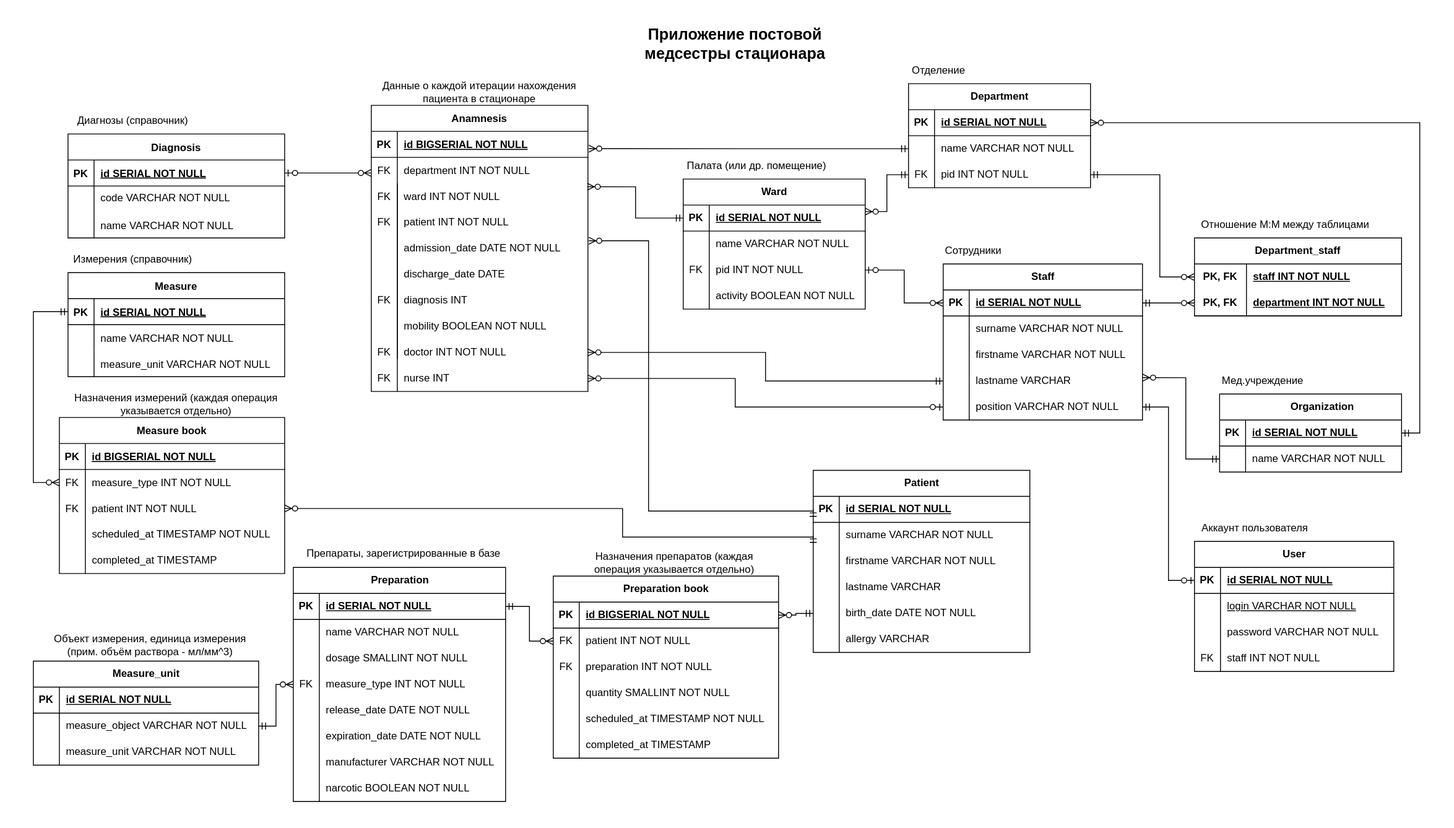
Before: scheme_db.drawio.svg, a diagram exported from draw.io (tewln/croc). Source tidied: cells renumbered, new cells last; positions are measured from the earlier drawing's top-left corner, leaving out a move shared by most shapes.
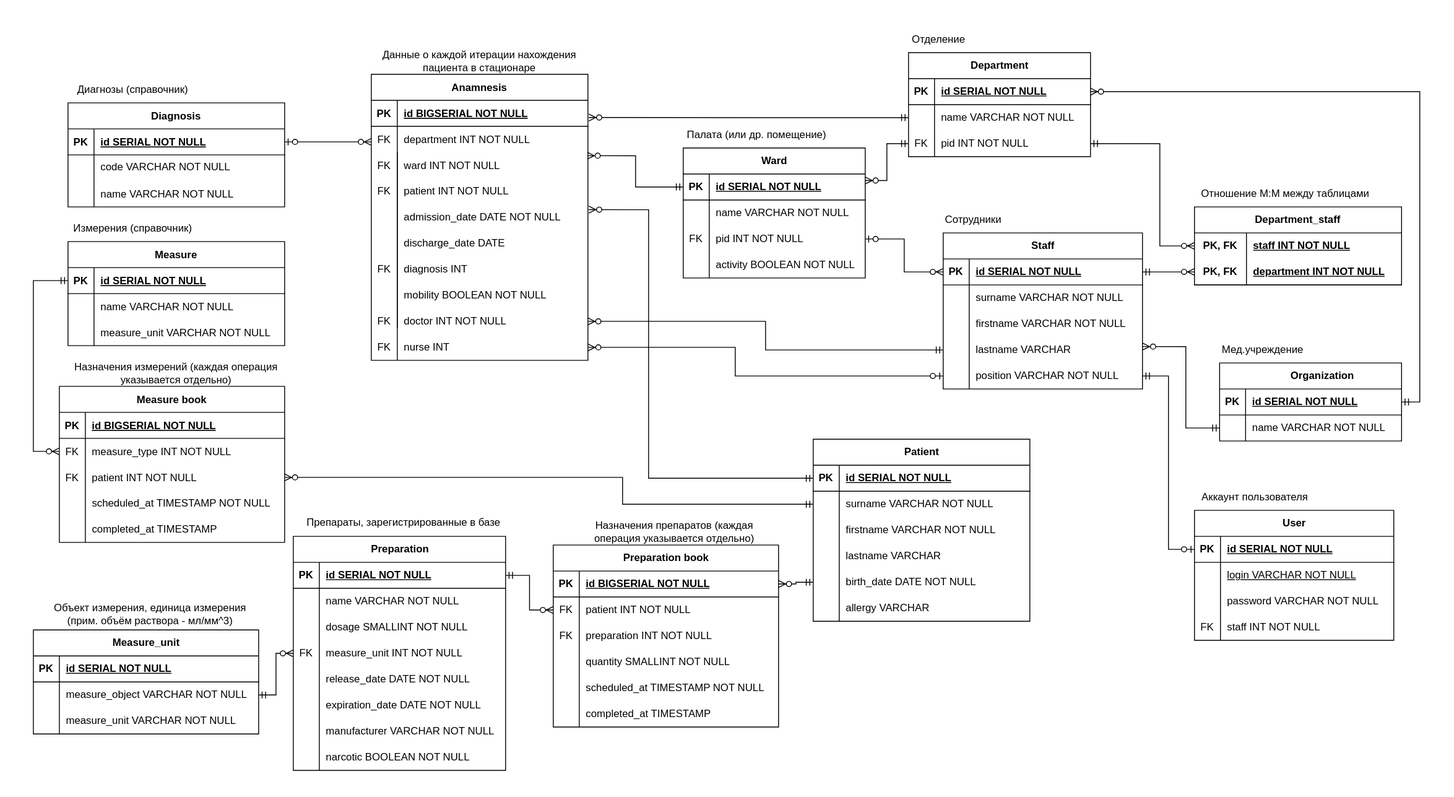
The same file after the commit.

Diff of the diagram source:
```diff
@@ -8,7 +8,7 @@
     <mxCell id="3" style="edgeStyle=orthogonalEdgeStyle;fontSize=12;html=1;endArrow=ERzeroToMany;startArrow=ERmandOne;rounded=0;entryX=1;entryY=0.5;entryDx=0;entryDy=0;exitX=0;exitY=0.5;exitDx=0;exitDy=0;" parent="1" edge="1" source="66" target="221">
       <mxGeometry relative="1" as="geometry">
         <Array as="points">
-          <mxPoint x="680" y="583" />
+          <mxPoint x="680" y="581" />
           <mxPoint x="680" y="550" />
         </Array>
       </mxGeometry>
@@ -16,7 +16,7 @@
     <mxCell id="4" style="edgeStyle=orthogonalEdgeStyle;fontSize=12;html=1;endArrow=ERzeroToMany;startArrow=ERmandOne;rounded=0;exitX=0;exitY=0.5;exitDx=0;exitDy=0;entryX=1.004;entryY=0.205;entryDx=0;entryDy=0;entryPerimeter=0;" parent="1" edge="1" source="63" target="149">
       <mxGeometry relative="1" as="geometry">
         <Array as="points">
-          <mxPoint x="710" y="553" />
+          <mxPoint x="710" y="551" />
           <mxPoint x="710" y="241" />
         </Array>
       </mxGeometry>
@@ -72,9 +72,6 @@
         </Array>
       </mxGeometry>
     </mxCell>
-    <mxCell id="17" value="&lt;font style=&quot;font-size: 18px;&quot;&gt;&lt;b&gt;Приложение постовой медсестры стационара&lt;/b&gt;&lt;/font&gt;" style="text;html=1;align=center;verticalAlign=middle;whiteSpace=wrap;rounded=0;" parent="1" vertex="1">
-      <mxGeometry x="660" width="300" height="30" as="geometry" />
-    </mxCell>
     <mxCell id="18" style="edgeStyle=orthogonalEdgeStyle;fontSize=12;html=1;endArrow=ERzeroToMany;startArrow=ERmandOne;rounded=0;entryX=1.001;entryY=0.369;entryDx=0;entryDy=0;exitX=0;exitY=0.5;exitDx=0;exitDy=0;entryPerimeter=0;" parent="1" edge="1" source="25" target="55">
       <mxGeometry relative="1" as="geometry">
         <Array as="points">
@@ -587,7 +584,7 @@
     <mxCell id="184" value="FK" style="shape=partialRectangle;fillColor=none;top=0;left=0;bottom=0;right=0;fontStyle=0;overflow=hidden;whiteSpace=wrap;html=1;" parent="183" vertex="1">
       <mxGeometry width="30" height="30" as="geometry" />
     </mxCell>
-    <mxCell id="185" value="measure_type INT NOT NULL" style="shape=partialRectangle;fillColor=none;top=0;left=0;bottom=0;right=0;align=left;spacingLeft=6;fontStyle=0;overflow=hidden;whiteSpace=wrap;html=1;" parent="183" vertex="1">
+    <mxCell id="185" value="measure_unit INT NOT NULL" style="shape=partialRectangle;fillColor=none;top=0;left=0;bottom=0;right=0;align=left;spacingLeft=6;fontStyle=0;overflow=hidden;whiteSpace=wrap;html=1;" parent="183" vertex="1">
       <mxGeometry x="30" width="215" height="30" as="geometry" />
     </mxCell>
     <mxCell id="186" style="shape=tableRow;horizontal=0;startSize=0;swimlaneHead=0;swimlaneBody=0;fillColor=none;top=0;left=0;right=0;bottom=0;" parent="173" vertex="1">
```
